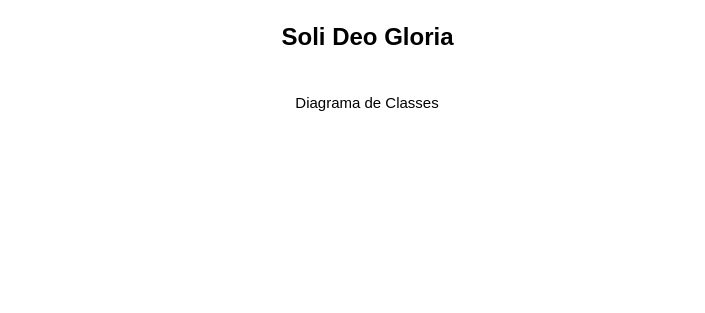
The draw.io diagram Diagrama de Classes.drawio in DEV-0ne-Jao/Projeto-Integrador, before the edit. Source tidied: cells renumbered, new cells numbered last; positions are measured from the earlier drawing's top-left corner, leaving out a move shared by most shapes. Both pictures are drawn from the tidied source at 100%, with x=0, y=0 at pixel (292, 17).
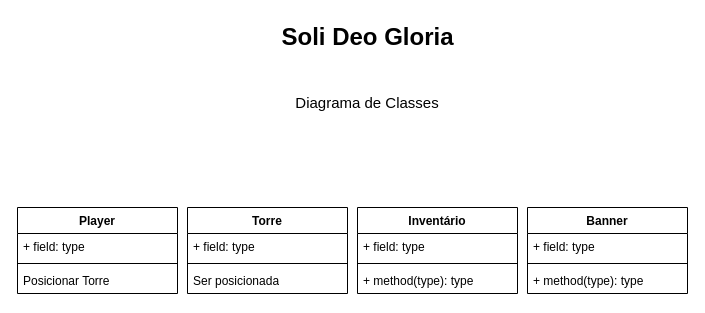
Above is the later version.

Change to the diagram source:
```diff
@@
 <mxGraphModel>
   <root>
     <mxCell id="0" />
     <mxCell id="1" parent="0" />
     <mxCell id="2" value="Diagrama de Classes" style="text;html=1;align=center;verticalAlign=middle;whiteSpace=wrap;rounded=0;fontSize=15;" parent="1" vertex="1">
       <mxGeometry y="70" width="150" height="30" as="geometry" />
     </mxCell>
     <mxCell id="3" value="Soli Deo Gloria" style="text;strokeColor=none;fillColor=none;html=1;fontSize=24;fontStyle=1;verticalAlign=middle;align=center;" parent="1" vertex="1">
       <mxGeometry x="25" width="100" height="40" as="geometry" />
     </mxCell>
+    <mxCell id="4" value="Torre" style="swimlane;fontStyle=1;align=center;verticalAlign=top;horizontal=1;startSize=26;whiteSpace=wrap;html=1;" parent="1" vertex="1">
+      <mxGeometry x="-105" y="190" width="160" height="86" as="geometry" />
+    </mxCell>
+    <mxCell id="5" value="+ field: type" style="text;strokeColor=none;fillColor=none;align=left;verticalAlign=top;spacingLeft=4;spacingRight=4;overflow=hidden;whiteSpace=wrap;html=1;" parent="4" vertex="1">
+      <mxGeometry y="26" width="160" height="26" as="geometry" />
+    </mxCell>
+    <mxCell id="6" style="line;strokeWidth=1;fillColor=none;align=left;verticalAlign=middle;spacingTop=-1;spacingLeft=3;spacingRight=3;labelPosition=right;strokeColor=inherit;" parent="4" vertex="1">
+      <mxGeometry y="52" width="160" height="8" as="geometry" />
+    </mxCell>
+    <mxCell id="7" value="Ser posicionada" style="text;strokeColor=none;fillColor=none;align=left;verticalAlign=top;spacingLeft=4;spacingRight=4;overflow=hidden;whiteSpace=wrap;html=1;" parent="4" vertex="1">
+      <mxGeometry y="60" width="160" height="26" as="geometry" />
+    </mxCell>
+    <mxCell id="8" value="Inventário" style="swimlane;fontStyle=1;align=center;verticalAlign=top;horizontal=1;startSize=26;whiteSpace=wrap;html=1;" parent="1" vertex="1">
+      <mxGeometry x="65" y="190" width="160" height="86" as="geometry" />
+    </mxCell>
+    <mxCell id="9" value="+ field: type" style="text;strokeColor=none;fillColor=none;align=left;verticalAlign=top;spacingLeft=4;spacingRight=4;overflow=hidden;whiteSpace=wrap;html=1;" parent="8" vertex="1">
+      <mxGeometry y="26" width="160" height="26" as="geometry" />
+    </mxCell>
+    <mxCell id="10" style="line;strokeWidth=1;fillColor=none;align=left;verticalAlign=middle;spacingTop=-1;spacingLeft=3;spacingRight=3;labelPosition=right;strokeColor=inherit;" parent="8" vertex="1">
+      <mxGeometry y="52" width="160" height="8" as="geometry" />
+    </mxCell>
+    <mxCell id="11" value="+ method(type): type" style="text;strokeColor=none;fillColor=none;align=left;verticalAlign=top;spacingLeft=4;spacingRight=4;overflow=hidden;whiteSpace=wrap;html=1;" parent="8" vertex="1">
+      <mxGeometry y="60" width="160" height="26" as="geometry" />
+    </mxCell>
+    <mxCell id="12" value="Player" style="swimlane;fontStyle=1;align=center;verticalAlign=top;horizontal=1;startSize=26;whiteSpace=wrap;html=1;" parent="1" vertex="1">
+      <mxGeometry x="-275" y="190" width="160" height="86" as="geometry" />
+    </mxCell>
+    <mxCell id="13" value="+ field: type" style="text;strokeColor=none;fillColor=none;align=left;verticalAlign=top;spacingLeft=4;spacingRight=4;overflow=hidden;whiteSpace=wrap;html=1;" parent="12" vertex="1">
+      <mxGeometry y="26" width="160" height="26" as="geometry" />
+    </mxCell>
+    <mxCell id="14" style="line;strokeWidth=1;fillColor=none;align=left;verticalAlign=middle;spacingTop=-1;spacingLeft=3;spacingRight=3;labelPosition=right;strokeColor=inherit;" parent="12" vertex="1">
+      <mxGeometry y="52" width="160" height="8" as="geometry" />
+    </mxCell>
+    <mxCell id="15" value="Posicionar Torre" style="text;strokeColor=none;fillColor=none;align=left;verticalAlign=top;spacingLeft=4;spacingRight=4;overflow=hidden;whiteSpace=wrap;html=1;" parent="12" vertex="1">
+      <mxGeometry y="60" width="160" height="26" as="geometry" />
+    </mxCell>
+    <mxCell id="16" value="Banner" style="swimlane;fontStyle=1;align=center;verticalAlign=top;horizontal=1;startSize=26;whiteSpace=wrap;html=1;" parent="1" vertex="1">
+      <mxGeometry x="235" y="190" width="160" height="86" as="geometry" />
+    </mxCell>
+    <mxCell id="17" value="+ field: type" style="text;strokeColor=none;fillColor=none;align=left;verticalAlign=top;spacingLeft=4;spacingRight=4;overflow=hidden;whiteSpace=wrap;html=1;" parent="16" vertex="1">
+      <mxGeometry y="26" width="160" height="26" as="geometry" />
+    </mxCell>
+    <mxCell id="18" style="line;strokeWidth=1;fillColor=none;align=left;verticalAlign=middle;spacingTop=-1;spacingLeft=3;spacingRight=3;labelPosition=right;strokeColor=inherit;" parent="16" vertex="1">
+      <mxGeometry y="52" width="160" height="8" as="geometry" />
+    </mxCell>
+    <mxCell id="19" value="+ method(type): type" style="text;strokeColor=none;fillColor=none;align=left;verticalAlign=top;spacingLeft=4;spacingRight=4;overflow=hidden;whiteSpace=wrap;html=1;" parent="16" vertex="1">
+      <mxGeometry y="60" width="160" height="26" as="geometry" />
+    </mxCell>
   </root>
 </mxGraphModel>
```
